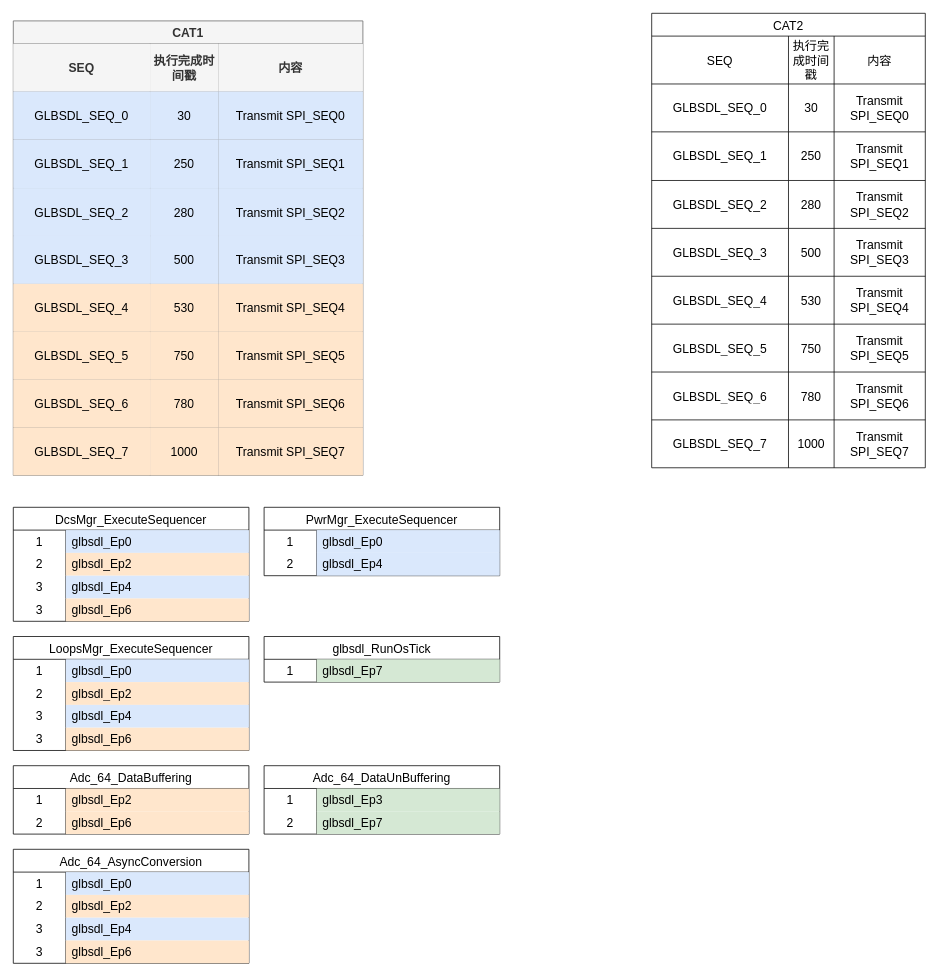
Earlier version of the draw.io diagram glbsdl.drawio (woshitanwang/pics_procdure). Source tidied: cells renumbered, new cells numbered last; positions are measured from the earlier drawing's top-left corner, leaving out a move shared by most shapes. Both pictures are drawn from the tidied source at 76%, with x=0, y=0 at pixel (13, 13).
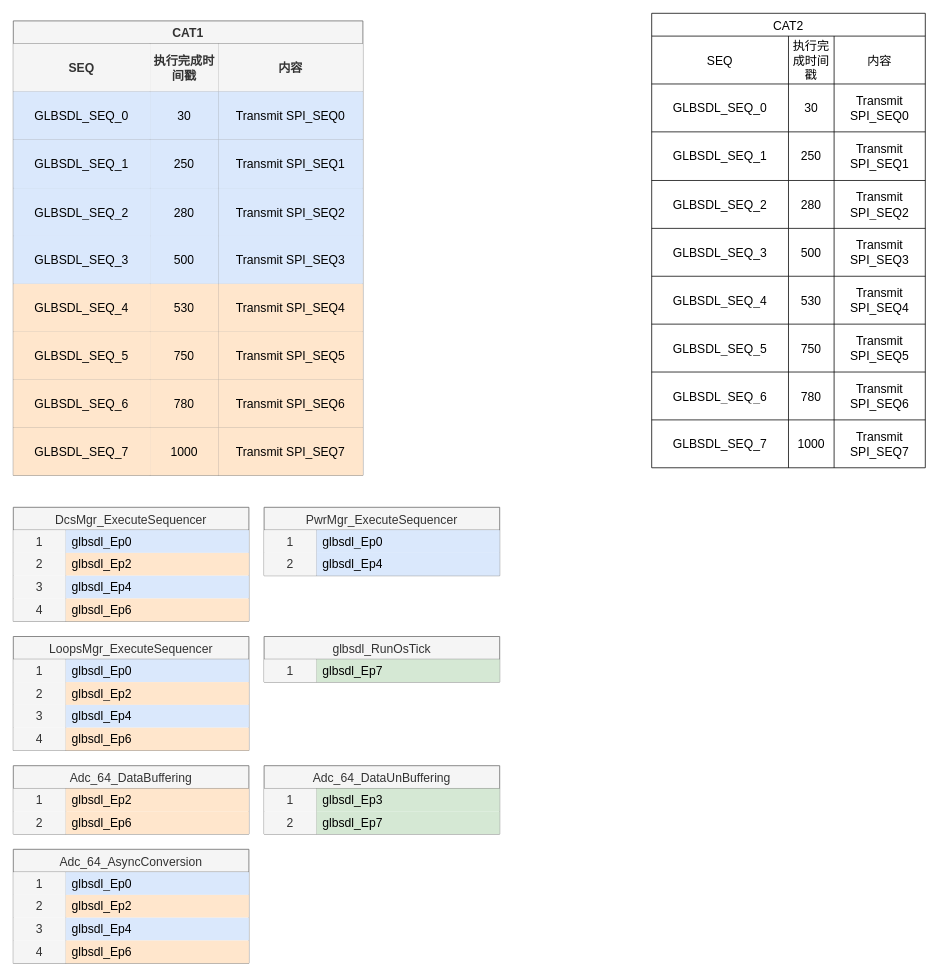
The same page after the edit.

The change refers to these unchanged cells:
```xml
<mxCell id="77" style="shape=tableRow;horizontal=0;startSize=0;swimlaneHead=0;swimlaneBody=0;top=0;left=0;bottom=0;right=0;fillColor=none;strokeColor=inherit;fontSize=16;" parent="76" vertex="1">
  <mxGeometry y="30" width="310" height="30" as="geometry" />
</mxCell>
<mxCell id="80" style="shape=tableRow;horizontal=0;startSize=0;swimlaneHead=0;swimlaneBody=0;top=0;left=0;bottom=0;right=0;fillColor=none;strokeColor=inherit;fontSize=16;" parent="76" vertex="1">
  <mxGeometry y="60" width="310" height="30" as="geometry" />
</mxCell>
<mxCell id="83" style="shape=tableRow;horizontal=0;startSize=0;swimlaneHead=0;swimlaneBody=0;top=0;left=0;bottom=0;right=0;fillColor=none;strokeColor=inherit;fontSize=16;" parent="76" vertex="1">
  <mxGeometry y="90" width="310" height="30" as="geometry" />
</mxCell>
<mxCell id="86" style="shape=tableRow;horizontal=0;startSize=0;swimlaneHead=0;swimlaneBody=0;top=0;left=0;bottom=0;right=0;fillColor=none;strokeColor=inherit;fontSize=16;" parent="76" vertex="1">
  <mxGeometry y="120" width="310" height="30" as="geometry" />
</mxCell>
<mxCell id="90" style="shape=tableRow;horizontal=0;startSize=0;swimlaneHead=0;swimlaneBody=0;top=0;left=0;bottom=0;right=0;fillColor=none;strokeColor=inherit;fontSize=16;" parent="89" vertex="1">
  <mxGeometry y="30" width="310" height="30" as="geometry" />
</mxCell>
<mxCell id="93" style="shape=tableRow;horizontal=0;startSize=0;swimlaneHead=0;swimlaneBody=0;top=0;left=0;bottom=0;right=0;fillColor=none;strokeColor=inherit;fontSize=16;" parent="89" vertex="1">
  <mxGeometry y="60" width="310" height="30" as="geometry" />
</mxCell>
<mxCell id="96" style="shape=tableRow;horizontal=0;startSize=0;swimlaneHead=0;swimlaneBody=0;top=0;left=0;bottom=0;right=0;fillColor=none;strokeColor=inherit;fontSize=16;" parent="89" vertex="1">
  <mxGeometry y="90" width="310" height="30" as="geometry" />
</mxCell>
<mxCell id="99" style="shape=tableRow;horizontal=0;startSize=0;swimlaneHead=0;swimlaneBody=0;top=0;left=0;bottom=0;right=0;fillColor=none;strokeColor=inherit;fontSize=16;" parent="89" vertex="1">
  <mxGeometry y="120" width="310" height="30" as="geometry" />
</mxCell>
<mxCell id="103" style="shape=tableRow;horizontal=0;startSize=0;swimlaneHead=0;swimlaneBody=0;top=0;left=0;bottom=0;right=0;fillColor=none;strokeColor=inherit;fontSize=16;" parent="102" vertex="1">
  <mxGeometry y="30" width="310" height="30" as="geometry" />
</mxCell>
<mxCell id="106" style="shape=tableRow;horizontal=0;startSize=0;swimlaneHead=0;swimlaneBody=0;top=0;left=0;bottom=0;right=0;fillColor=none;strokeColor=inherit;fontSize=16;" parent="102" vertex="1">
  <mxGeometry y="60" width="310" height="30" as="geometry" />
</mxCell>
<mxCell id="110" style="shape=tableRow;horizontal=0;startSize=0;swimlaneHead=0;swimlaneBody=0;top=0;left=0;bottom=0;right=0;fillColor=none;strokeColor=inherit;fontSize=16;" parent="109" vertex="1">
  <mxGeometry y="30" width="310" height="30" as="geometry" />
</mxCell>
<mxCell id="113" style="shape=tableRow;horizontal=0;startSize=0;swimlaneHead=0;swimlaneBody=0;top=0;left=0;bottom=0;right=0;fillColor=none;strokeColor=inherit;fontSize=16;" parent="109" vertex="1">
  <mxGeometry y="60" width="310" height="30" as="geometry" />
</mxCell>
<mxCell id="116" style="shape=tableRow;horizontal=0;startSize=0;swimlaneHead=0;swimlaneBody=0;top=0;left=0;bottom=0;right=0;fillColor=none;strokeColor=inherit;fontSize=16;" parent="109" vertex="1">
  <mxGeometry y="90" width="310" height="30" as="geometry" />
</mxCell>
<mxCell id="119" style="shape=tableRow;horizontal=0;startSize=0;swimlaneHead=0;swimlaneBody=0;top=0;left=0;bottom=0;right=0;fillColor=none;strokeColor=inherit;fontSize=16;" parent="109" vertex="1">
  <mxGeometry y="120" width="310" height="30" as="geometry" />
</mxCell>
<mxCell id="123" style="shape=tableRow;horizontal=0;startSize=0;swimlaneHead=0;swimlaneBody=0;top=0;left=0;bottom=0;right=0;fillColor=none;strokeColor=inherit;fontSize=16;" parent="122" vertex="1">
  <mxGeometry y="30" width="310" height="30" as="geometry" />
</mxCell>
<mxCell id="126" style="shape=tableRow;horizontal=0;startSize=0;swimlaneHead=0;swimlaneBody=0;top=0;left=0;bottom=0;right=0;fillColor=none;strokeColor=inherit;fontSize=16;" parent="122" vertex="1">
  <mxGeometry y="60" width="310" height="30" as="geometry" />
</mxCell>
<mxCell id="130" style="shape=tableRow;horizontal=0;startSize=0;swimlaneHead=0;swimlaneBody=0;top=0;left=0;bottom=0;right=0;fillColor=none;strokeColor=inherit;fontSize=16;" parent="129" vertex="1">
  <mxGeometry y="30" width="310" height="30" as="geometry" />
</mxCell>
<mxCell id="134" style="shape=tableRow;horizontal=0;startSize=0;swimlaneHead=0;swimlaneBody=0;top=0;left=0;bottom=0;right=0;fillColor=none;strokeColor=inherit;fontSize=16;" parent="133" vertex="1">
  <mxGeometry y="30" width="310" height="30" as="geometry" />
</mxCell>
<mxCell id="137" style="shape=tableRow;horizontal=0;startSize=0;swimlaneHead=0;swimlaneBody=0;top=0;left=0;bottom=0;right=0;fillColor=none;strokeColor=inherit;fontSize=16;" parent="133" vertex="1">
  <mxGeometry y="60" width="310" height="30" as="geometry" />
</mxCell>
```

The edit, as a diff of the source:
```diff
@@
-    <mxCell id="76" value="DcsMgr_ExecuteSequencer" style="shape=table;startSize=30;childLayout=tableLayout;rowLines=0;fontStyle=0;strokeColor=default;fontSize=16;" parent="1" vertex="1">
+    <mxCell id="76" value="DcsMgr_ExecuteSequencer" style="shape=table;startSize=30;childLayout=tableLayout;rowLines=0;fontStyle=0;strokeColor=#666666;fontSize=16;fillColor=#f5f5f5;fontColor=#333333;" parent="1" vertex="1">
       <mxGeometry y="650" width="310" height="150" as="geometry" />
     </mxCell>
@@
-    <mxCell id="78" value="1" style="shape=partialRectangle;html=1;whiteSpace=wrap;fillColor=none;top=0;left=0;bottom=0;right=0;overflow=hidden;strokeColor=inherit;fontSize=16;" parent="77" vertex="1">
+    <mxCell id="78" value="1" style="shape=partialRectangle;html=1;whiteSpace=wrap;fillColor=#f5f5f5;top=0;left=0;bottom=0;right=0;overflow=hidden;strokeColor=#666666;fontSize=16;fontColor=#333333;" parent="77" vertex="1">
       <mxGeometry width="69" height="30" as="geometry" />
     </mxCell>
@@
-    <mxCell id="81" value="2" style="shape=partialRectangle;html=1;whiteSpace=wrap;fillColor=none;top=0;left=0;bottom=0;right=0;overflow=hidden;strokeColor=inherit;fontSize=16;" parent="80" vertex="1">
+    <mxCell id="81" value="2" style="shape=partialRectangle;html=1;whiteSpace=wrap;fillColor=#f5f5f5;top=0;left=0;bottom=0;right=0;overflow=hidden;strokeColor=#666666;fontSize=16;fontColor=#333333;" parent="80" vertex="1">
       <mxGeometry width="69" height="30" as="geometry" />
     </mxCell>
@@
-    <mxCell id="84" value="3" style="shape=partialRectangle;html=1;whiteSpace=wrap;fillColor=none;top=0;left=0;bottom=0;right=0;overflow=hidden;strokeColor=inherit;fontSize=16;" parent="83" vertex="1">
+    <mxCell id="84" value="3" style="shape=partialRectangle;html=1;whiteSpace=wrap;fillColor=#f5f5f5;top=0;left=0;bottom=0;right=0;overflow=hidden;strokeColor=#666666;fontSize=16;fontColor=#333333;" parent="83" vertex="1">
       <mxGeometry width="69" height="30" as="geometry" />
     </mxCell>
@@
-    <mxCell id="87" value="3" style="shape=partialRectangle;html=1;whiteSpace=wrap;fillColor=none;top=0;left=0;bottom=0;right=0;overflow=hidden;strokeColor=inherit;fontSize=16;" parent="86" vertex="1">
+    <mxCell id="87" value="4" style="shape=partialRectangle;html=1;whiteSpace=wrap;fillColor=#f5f5f5;top=0;left=0;bottom=0;right=0;overflow=hidden;strokeColor=#666666;fontSize=16;fontColor=#333333;" parent="86" vertex="1">
       <mxGeometry width="69" height="30" as="geometry" />
     </mxCell>
@@
-    <mxCell id="89" value="LoopsMgr_ExecuteSequencer" style="shape=table;startSize=30;childLayout=tableLayout;rowLines=0;fontStyle=0;strokeColor=default;fontSize=16;" parent="1" vertex="1">
+    <mxCell id="89" value="LoopsMgr_ExecuteSequencer" style="shape=table;startSize=30;childLayout=tableLayout;rowLines=0;fontStyle=0;strokeColor=#666666;fontSize=16;fillColor=#f5f5f5;fontColor=#333333;" parent="1" vertex="1">
       <mxGeometry y="820" width="310" height="150" as="geometry" />
     </mxCell>
@@
-    <mxCell id="91" value="1" style="shape=partialRectangle;html=1;whiteSpace=wrap;fillColor=none;top=0;left=0;bottom=0;right=0;overflow=hidden;strokeColor=inherit;fontSize=16;" parent="90" vertex="1">
+    <mxCell id="91" value="1" style="shape=partialRectangle;html=1;whiteSpace=wrap;fillColor=#f5f5f5;top=0;left=0;bottom=0;right=0;overflow=hidden;strokeColor=#666666;fontSize=16;fontColor=#333333;" parent="90" vertex="1">
       <mxGeometry width="69" height="30" as="geometry" />
     </mxCell>
@@
-    <mxCell id="94" value="2" style="shape=partialRectangle;html=1;whiteSpace=wrap;fillColor=none;top=0;left=0;bottom=0;right=0;overflow=hidden;strokeColor=inherit;fontSize=16;" parent="93" vertex="1">
+    <mxCell id="94" value="2" style="shape=partialRectangle;html=1;whiteSpace=wrap;fillColor=#f5f5f5;top=0;left=0;bottom=0;right=0;overflow=hidden;strokeColor=#666666;fontSize=16;fontColor=#333333;" parent="93" vertex="1">
       <mxGeometry width="69" height="30" as="geometry" />
     </mxCell>
@@
-    <mxCell id="97" value="3" style="shape=partialRectangle;html=1;whiteSpace=wrap;fillColor=none;top=0;left=0;bottom=0;right=0;overflow=hidden;strokeColor=inherit;fontSize=16;" parent="96" vertex="1">
+    <mxCell id="97" value="3" style="shape=partialRectangle;html=1;whiteSpace=wrap;fillColor=#f5f5f5;top=0;left=0;bottom=0;right=0;overflow=hidden;strokeColor=#666666;fontSize=16;fontColor=#333333;" parent="96" vertex="1">
       <mxGeometry width="69" height="30" as="geometry" />
     </mxCell>
@@
-    <mxCell id="100" value="3" style="shape=partialRectangle;html=1;whiteSpace=wrap;fillColor=none;top=0;left=0;bottom=0;right=0;overflow=hidden;strokeColor=inherit;fontSize=16;" parent="99" vertex="1">
+    <mxCell id="100" value="4" style="shape=partialRectangle;html=1;whiteSpace=wrap;fillColor=#f5f5f5;top=0;left=0;bottom=0;right=0;overflow=hidden;strokeColor=#666666;fontSize=16;fontColor=#333333;" parent="99" vertex="1">
       <mxGeometry width="69" height="30" as="geometry" />
     </mxCell>
@@
-    <mxCell id="102" value="Adc_64_DataBuffering" style="shape=table;startSize=30;childLayout=tableLayout;rowLines=0;fontStyle=0;strokeColor=default;fontSize=16;" parent="1" vertex="1">
+    <mxCell id="102" value="Adc_64_DataBuffering" style="shape=table;startSize=30;childLayout=tableLayout;rowLines=0;fontStyle=0;strokeColor=#666666;fontSize=16;fillColor=#f5f5f5;fontColor=#333333;" parent="1" vertex="1">
       <mxGeometry y="990" width="310" height="90" as="geometry" />
     </mxCell>
@@
-    <mxCell id="104" value="1" style="shape=partialRectangle;html=1;whiteSpace=wrap;fillColor=none;top=0;left=0;bottom=0;right=0;overflow=hidden;strokeColor=inherit;fontSize=16;" parent="103" vertex="1">
+    <mxCell id="104" value="1" style="shape=partialRectangle;html=1;whiteSpace=wrap;fillColor=#f5f5f5;top=0;left=0;bottom=0;right=0;overflow=hidden;strokeColor=#666666;fontSize=16;fontColor=#333333;" parent="103" vertex="1">
       <mxGeometry width="69" height="30" as="geometry" />
     </mxCell>
@@
-    <mxCell id="107" value="2" style="shape=partialRectangle;html=1;whiteSpace=wrap;fillColor=none;top=0;left=0;bottom=0;right=0;overflow=hidden;strokeColor=inherit;fontSize=16;" parent="106" vertex="1">
+    <mxCell id="107" value="2" style="shape=partialRectangle;html=1;whiteSpace=wrap;fillColor=#f5f5f5;top=0;left=0;bottom=0;right=0;overflow=hidden;strokeColor=#666666;fontSize=16;fontColor=#333333;" parent="106" vertex="1">
       <mxGeometry width="69" height="30" as="geometry" />
     </mxCell>
@@
-    <mxCell id="109" value="Adc_64_AsyncConversion" style="shape=table;startSize=30;childLayout=tableLayout;rowLines=0;fontStyle=0;strokeColor=default;fontSize=16;" parent="1" vertex="1">
+    <mxCell id="109" value="Adc_64_AsyncConversion" style="shape=table;startSize=30;childLayout=tableLayout;rowLines=0;fontStyle=0;strokeColor=#666666;fontSize=16;fillColor=#f5f5f5;fontColor=#333333;" parent="1" vertex="1">
       <mxGeometry y="1100" width="310" height="150" as="geometry" />
     </mxCell>
@@
-    <mxCell id="111" value="1" style="shape=partialRectangle;html=1;whiteSpace=wrap;fillColor=none;top=0;left=0;bottom=0;right=0;overflow=hidden;strokeColor=inherit;fontSize=16;" parent="110" vertex="1">
+    <mxCell id="111" value="1" style="shape=partialRectangle;html=1;whiteSpace=wrap;fillColor=#f5f5f5;top=0;left=0;bottom=0;right=0;overflow=hidden;strokeColor=#666666;fontSize=16;fontColor=#333333;" parent="110" vertex="1">
       <mxGeometry width="69" height="30" as="geometry" />
     </mxCell>
@@
-    <mxCell id="114" value="2" style="shape=partialRectangle;html=1;whiteSpace=wrap;fillColor=none;top=0;left=0;bottom=0;right=0;overflow=hidden;strokeColor=inherit;fontSize=16;" parent="113" vertex="1">
+    <mxCell id="114" value="2" style="shape=partialRectangle;html=1;whiteSpace=wrap;fillColor=#f5f5f5;top=0;left=0;bottom=0;right=0;overflow=hidden;strokeColor=#666666;fontSize=16;fontColor=#333333;" parent="113" vertex="1">
       <mxGeometry width="69" height="30" as="geometry" />
     </mxCell>
@@
-    <mxCell id="117" value="3" style="shape=partialRectangle;html=1;whiteSpace=wrap;fillColor=none;top=0;left=0;bottom=0;right=0;overflow=hidden;strokeColor=inherit;fontSize=16;" parent="116" vertex="1">
+    <mxCell id="117" value="3" style="shape=partialRectangle;html=1;whiteSpace=wrap;fillColor=#f5f5f5;top=0;left=0;bottom=0;right=0;overflow=hidden;strokeColor=#666666;fontSize=16;fontColor=#333333;" parent="116" vertex="1">
       <mxGeometry width="69" height="30" as="geometry" />
     </mxCell>
@@
-    <mxCell id="120" value="3" style="shape=partialRectangle;html=1;whiteSpace=wrap;fillColor=none;top=0;left=0;bottom=0;right=0;overflow=hidden;strokeColor=inherit;fontSize=16;" parent="119" vertex="1">
+    <mxCell id="120" value="4" style="shape=partialRectangle;html=1;whiteSpace=wrap;fillColor=#f5f5f5;top=0;left=0;bottom=0;right=0;overflow=hidden;strokeColor=#666666;fontSize=16;fontColor=#333333;" parent="119" vertex="1">
       <mxGeometry width="69" height="30" as="geometry" />
     </mxCell>
@@
-    <mxCell id="122" value="Adc_64_DataUnBuffering" style="shape=table;startSize=30;childLayout=tableLayout;rowLines=0;fontStyle=0;strokeColor=default;fontSize=16;" parent="1" vertex="1">
+    <mxCell id="122" value="Adc_64_DataUnBuffering" style="shape=table;startSize=30;childLayout=tableLayout;rowLines=0;fontStyle=0;strokeColor=#666666;fontSize=16;fillColor=#f5f5f5;fontColor=#333333;" parent="1" vertex="1">
       <mxGeometry x="330" y="990" width="310" height="90" as="geometry" />
     </mxCell>
@@
-    <mxCell id="124" value="1" style="shape=partialRectangle;html=1;whiteSpace=wrap;fillColor=none;top=0;left=0;bottom=0;right=0;overflow=hidden;strokeColor=inherit;fontSize=16;" parent="123" vertex="1">
+    <mxCell id="124" value="1" style="shape=partialRectangle;html=1;whiteSpace=wrap;fillColor=#f5f5f5;top=0;left=0;bottom=0;right=0;overflow=hidden;strokeColor=#666666;fontSize=16;fontColor=#333333;" parent="123" vertex="1">
       <mxGeometry width="69" height="30" as="geometry" />
     </mxCell>
@@
-    <mxCell id="127" value="2" style="shape=partialRectangle;html=1;whiteSpace=wrap;fillColor=none;top=0;left=0;bottom=0;right=0;overflow=hidden;strokeColor=inherit;fontSize=16;" parent="126" vertex="1">
+    <mxCell id="127" value="2" style="shape=partialRectangle;html=1;whiteSpace=wrap;fillColor=#f5f5f5;top=0;left=0;bottom=0;right=0;overflow=hidden;strokeColor=#666666;fontSize=16;fontColor=#333333;" parent="126" vertex="1">
       <mxGeometry width="69" height="30" as="geometry" />
     </mxCell>
@@
-    <mxCell id="129" value="glbsdl_RunOsTick" style="shape=table;startSize=30;childLayout=tableLayout;rowLines=0;fontStyle=0;strokeColor=default;fontSize=16;" parent="1" vertex="1">
+    <mxCell id="129" value="glbsdl_RunOsTick" style="shape=table;startSize=30;childLayout=tableLayout;rowLines=0;fontStyle=0;strokeColor=#666666;fontSize=16;fillColor=#f5f5f5;fontColor=#333333;" parent="1" vertex="1">
       <mxGeometry x="330" y="820" width="310" height="60" as="geometry" />
     </mxCell>
@@
-    <mxCell id="131" value="1" style="shape=partialRectangle;html=1;whiteSpace=wrap;fillColor=none;top=0;left=0;bottom=0;right=0;overflow=hidden;strokeColor=inherit;fontSize=16;" parent="130" vertex="1">
+    <mxCell id="131" value="1" style="shape=partialRectangle;html=1;whiteSpace=wrap;fillColor=#f5f5f5;top=0;left=0;bottom=0;right=0;overflow=hidden;strokeColor=#666666;fontSize=16;fontColor=#333333;" parent="130" vertex="1">
       <mxGeometry width="69" height="30" as="geometry" />
     </mxCell>
@@
-    <mxCell id="133" value="PwrMgr_ExecuteSequencer" style="shape=table;startSize=30;childLayout=tableLayout;rowLines=0;fontStyle=0;strokeColor=default;fontSize=16;" parent="1" vertex="1">
+    <mxCell id="133" value="PwrMgr_ExecuteSequencer" style="shape=table;startSize=30;childLayout=tableLayout;rowLines=0;fontStyle=0;strokeColor=#666666;fontSize=16;fillColor=#f5f5f5;fontColor=#333333;" parent="1" vertex="1">
       <mxGeometry x="330" y="650" width="310" height="90" as="geometry" />
     </mxCell>
@@
-    <mxCell id="135" value="1" style="shape=partialRectangle;html=1;whiteSpace=wrap;fillColor=none;top=0;left=0;bottom=0;right=0;overflow=hidden;strokeColor=inherit;fontSize=16;" parent="134" vertex="1">
+    <mxCell id="135" value="1" style="shape=partialRectangle;html=1;whiteSpace=wrap;fillColor=#f5f5f5;top=0;left=0;bottom=0;right=0;overflow=hidden;strokeColor=#666666;fontSize=16;fontColor=#333333;" parent="134" vertex="1">
       <mxGeometry width="69" height="30" as="geometry" />
     </mxCell>
@@
-    <mxCell id="138" value="2" style="shape=partialRectangle;html=1;whiteSpace=wrap;fillColor=none;top=0;left=0;bottom=0;right=0;overflow=hidden;strokeColor=inherit;fontSize=16;" parent="137" vertex="1">
+    <mxCell id="138" value="2" style="shape=partialRectangle;html=1;whiteSpace=wrap;fillColor=#f5f5f5;top=0;left=0;bottom=0;right=0;overflow=hidden;strokeColor=#666666;fontSize=16;fontColor=#333333;" parent="137" vertex="1">
       <mxGeometry width="69" height="30" as="geometry" />
     </mxCell>
```
